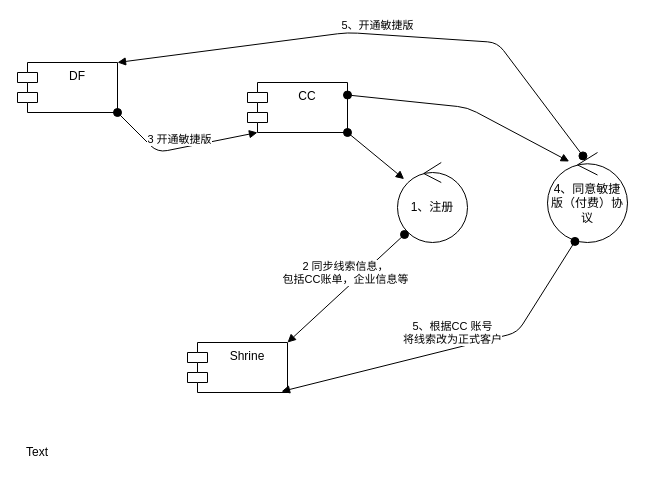
Above: page "总体流程" (1 of 2) of shrine-doc/Untitled Diagram.drawio in easefulfil/CLOUDCARE (draw.io), before the change. Source tidied: cells renumbered, new cells numbered last; positions are measured from the earlier drawing's top-left corner, leaving out a move shared by most shapes. Both pictures are drawn from the tidied source at 100%, with x=0, y=0 at pixel (17, 32).
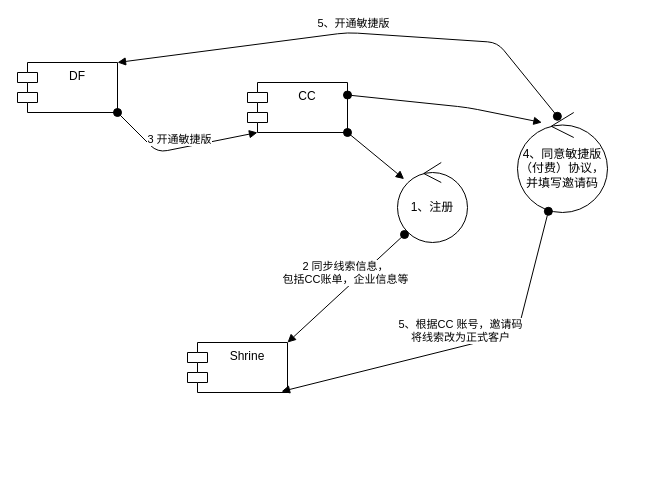
After the change.

The edit, as a diff of the source:
```diff
@@
 <mxGraphModel>
   <root>
     <mxCell id="0" />
     <mxCell id="1" parent="0" />
     <mxCell id="2" value="DF" style="shape=module;align=left;spacingLeft=20;align=center;verticalAlign=top;" parent="1" vertex="1">
       <mxGeometry y="30" width="100" height="50" as="geometry" />
     </mxCell>
     <mxCell id="3" value="CC" style="shape=module;align=left;spacingLeft=20;align=center;verticalAlign=top;" parent="1" vertex="1">
       <mxGeometry x="230" y="50" width="100" height="50" as="geometry" />
     </mxCell>
     <mxCell id="4" value="Shrine&#10;" style="shape=module;align=left;spacingLeft=20;align=center;verticalAlign=top;" parent="1" vertex="1">
       <mxGeometry x="170" y="310" width="100" height="50" as="geometry" />
     </mxCell>
     <mxCell id="5" value="3 开通敏捷版" style="html=1;verticalAlign=bottom;startArrow=oval;startFill=1;endArrow=block;startSize=8;exitX=1;exitY=1;exitDx=0;exitDy=0;entryX=0;entryY=1;entryDx=10;entryDy=0;entryPerimeter=0;" parent="1" edge="1" source="2" target="3">
       <mxGeometry relative="1" as="geometry">
         <Array as="points">
           <mxPoint x="140" y="120" />
         </Array>
       </mxGeometry>
     </mxCell>
     <mxCell id="6" value="1、注册" style="ellipse;shape=umlControl;whiteSpace=wrap;html=1;" parent="1" vertex="1">
       <mxGeometry x="380" y="130" width="70" height="80" as="geometry" />
     </mxCell>
-    <mxCell id="7" value="4、同意敏捷版（付费）协议" style="ellipse;shape=umlControl;whiteSpace=wrap;html=1;" parent="1" vertex="1">
-      <mxGeometry x="530" y="120" width="80" height="90" as="geometry" />
+    <mxCell id="7" value="4、同意敏捷版（付费）协议，并填写邀请码" style="ellipse;shape=umlControl;whiteSpace=wrap;html=1;" parent="1" vertex="1">
+      <mxGeometry x="500" y="80" width="90" height="100" as="geometry" />
     </mxCell>
     <mxCell id="8" value="2 同步线索信息，&lt;br&gt;包括CC账单，企业信息等" style="html=1;verticalAlign=bottom;startArrow=oval;startFill=1;endArrow=block;startSize=8;exitX=0.1;exitY=0.9;exitDx=0;exitDy=0;exitPerimeter=0;entryX=1;entryY=0;entryDx=0;entryDy=0;" parent="1" edge="1" source="6" target="4">
       <mxGeometry relative="1" as="geometry" />
     </mxCell>
-    <mxCell id="9" value="5、根据CC 账号&lt;br&gt;将线索改为正式客户" style="html=1;verticalAlign=bottom;startArrow=oval;startFill=1;endArrow=block;startSize=8;exitX=0.343;exitY=0.988;exitDx=0;exitDy=0;exitPerimeter=0;entryX=0.94;entryY=0.98;entryDx=0;entryDy=0;entryPerimeter=0;" parent="1" edge="1" source="7" target="4">
+    <mxCell id="9" value="5、根据CC 账号，邀请码&lt;br&gt;将线索改为正式客户" style="html=1;verticalAlign=bottom;startArrow=oval;startFill=1;endArrow=block;startSize=8;exitX=0.343;exitY=0.988;exitDx=0;exitDy=0;exitPerimeter=0;entryX=0.94;entryY=0.98;entryDx=0;entryDy=0;entryPerimeter=0;" parent="1" edge="1" source="7" target="4">
       <mxGeometry relative="1" as="geometry">
         <Array as="points">
           <mxPoint x="500" y="300" />
         </Array>
       </mxGeometry>
     </mxCell>
     <mxCell id="10" style="html=1;verticalAlign=bottom;startArrow=oval;startFill=1;endArrow=block;startSize=8;exitX=1;exitY=0.25;exitDx=0;exitDy=0;entryX=0.271;entryY=0.1;entryDx=0;entryDy=0;entryPerimeter=0;" parent="1" edge="1" source="3" target="7">
       <mxGeometry x="0.18" y="-41" relative="1" as="geometry">
         <Array as="points">
           <mxPoint x="450" y="75" />
         </Array>
       </mxGeometry>
     </mxCell>
-    <mxCell id="11" value="Text" style="text;html=1;strokeColor=none;fillColor=none;align=center;verticalAlign=middle;whiteSpace=wrap;rounded=0;" parent="1" vertex="1">
-      <mxGeometry y="410" width="40" height="20" as="geometry" />
-    </mxCell>
     <mxCell id="12" style="html=1;verticalAlign=bottom;startArrow=oval;startFill=1;endArrow=block;startSize=8;exitX=1;exitY=1;exitDx=0;exitDy=0;" parent="1" edge="1" source="3" target="6">
       <mxGeometry relative="1" as="geometry" />
     </mxCell>
     <mxCell id="13" value="5、开通敏捷版" style="html=1;verticalAlign=bottom;startArrow=oval;startFill=1;endArrow=block;startSize=8;exitX=0.443;exitY=0.038;exitDx=0;exitDy=0;exitPerimeter=0;entryX=1;entryY=0;entryDx=0;entryDy=0;" parent="1" edge="1" source="7" target="2">
       <mxGeometry relative="1" as="geometry">
         <Array as="points">
           <mxPoint x="480" y="10" />
           <mxPoint x="330" />
         </Array>
       </mxGeometry>
     </mxCell>
   </root>
 </mxGraphModel>
```
